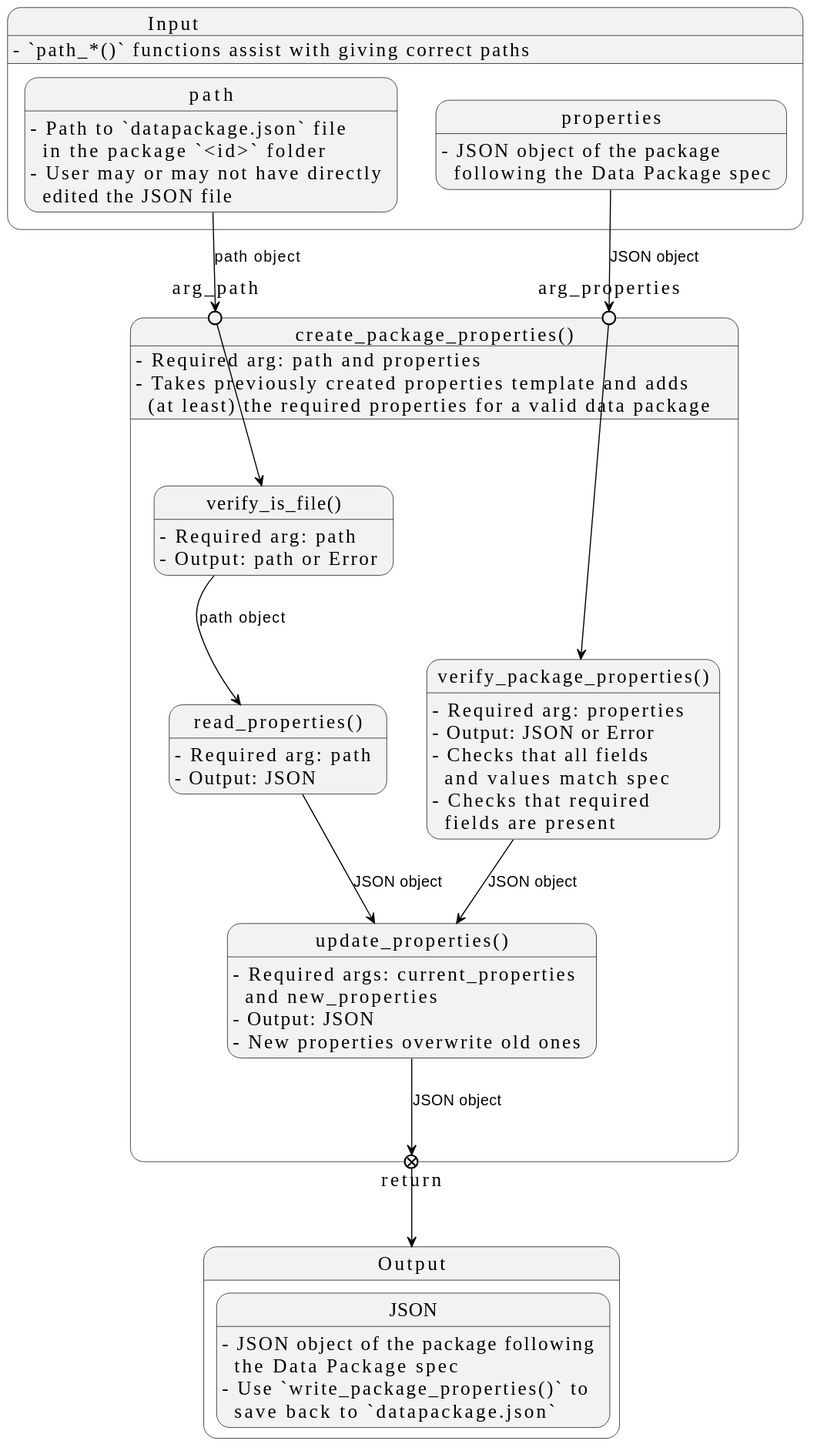
seedcase-project/seedcase-sprout keeps this PlantUML diagram as docs/design/implementation/images/core/edit-package-properties.svg. Above is the earlier version.
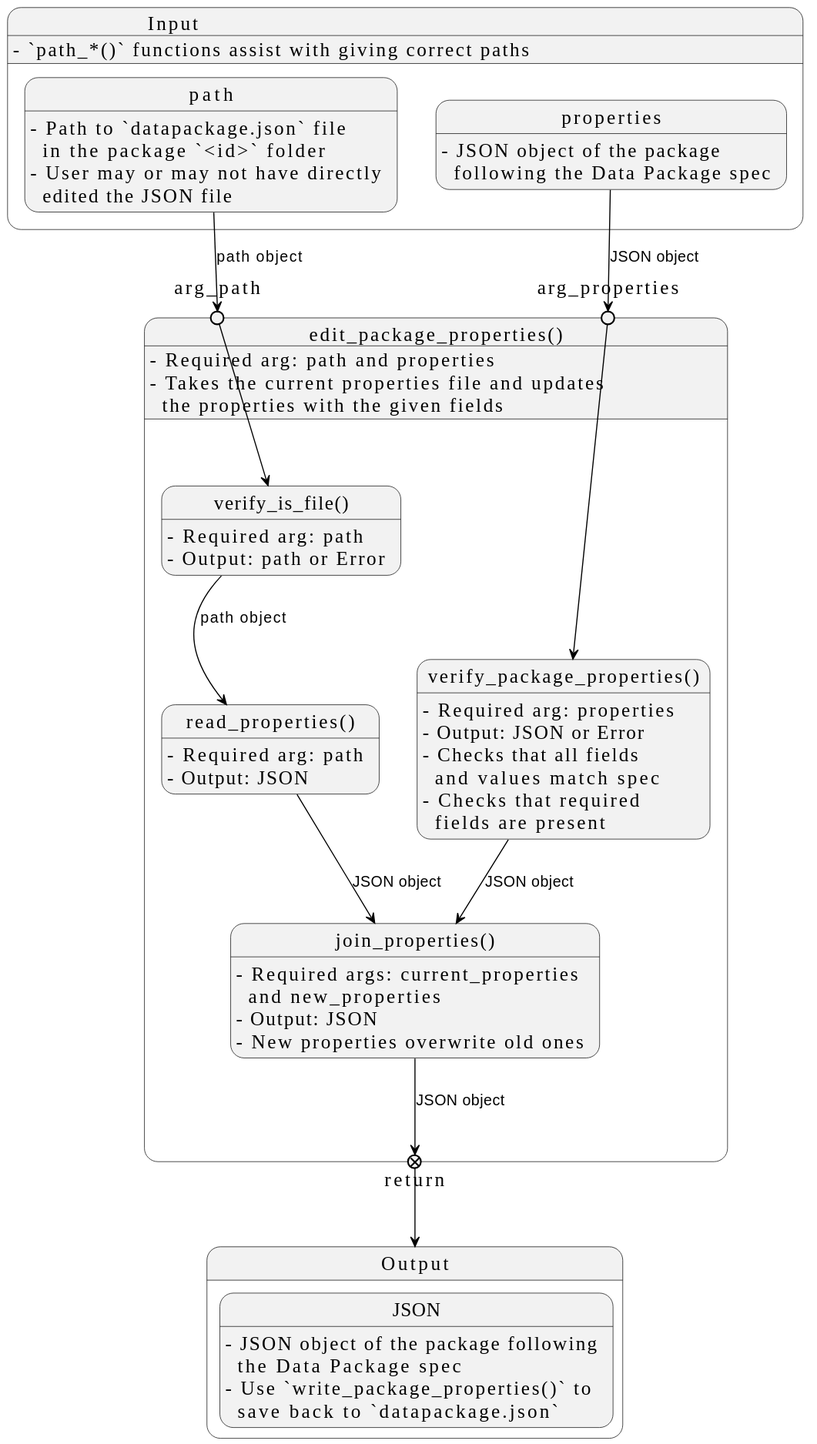
After the commit.

Commit message:
docs: :pencil2: rename to be `edit_` and internals to match this change

Change to the diagram source:
```diff
@@ -14,9 +14,9 @@
   json_output : - Use `write_package_properties()` to\n  save back to `datapackage.json`
 }
 
-state "create_package_properties()" as cps {
+state "edit_package_properties()" as cps {
   cps : - Required arg: path and properties
-  cps : - Takes previously created properties template and adds\n  (at least) the required properties for a valid data package
+  cps : - Takes the current properties file and updates\n  the properties with the given fields
 
   state arg_path <<entryPoint>>
   state arg_properties <<entryPoint>>
@@ -41,15 +41,15 @@
   rp : - Output: JSON
   vif --> rp : path object
 
-  state "update_properties()" as up
-  up : - Required args: current_properties\n  and new_properties
-  up : - Output: JSON
-  up : - New properties overwrite old ones
-  rp --> up : JSON object
-  vpp --> up : JSON object
+  state "join_properties()" as jp
+  jp : - Required args: current_properties\n  and new_properties
+  jp : - Output: JSON
+  jp : - New properties overwrite old ones
+  rp --> jp : JSON object
+  vpp --> jp : JSON object
 
   state "return" <<exitPoint>>
-  up --> return : JSON object
+  jp --> return : JSON object
   return --> output
 }
 @enduml
```
